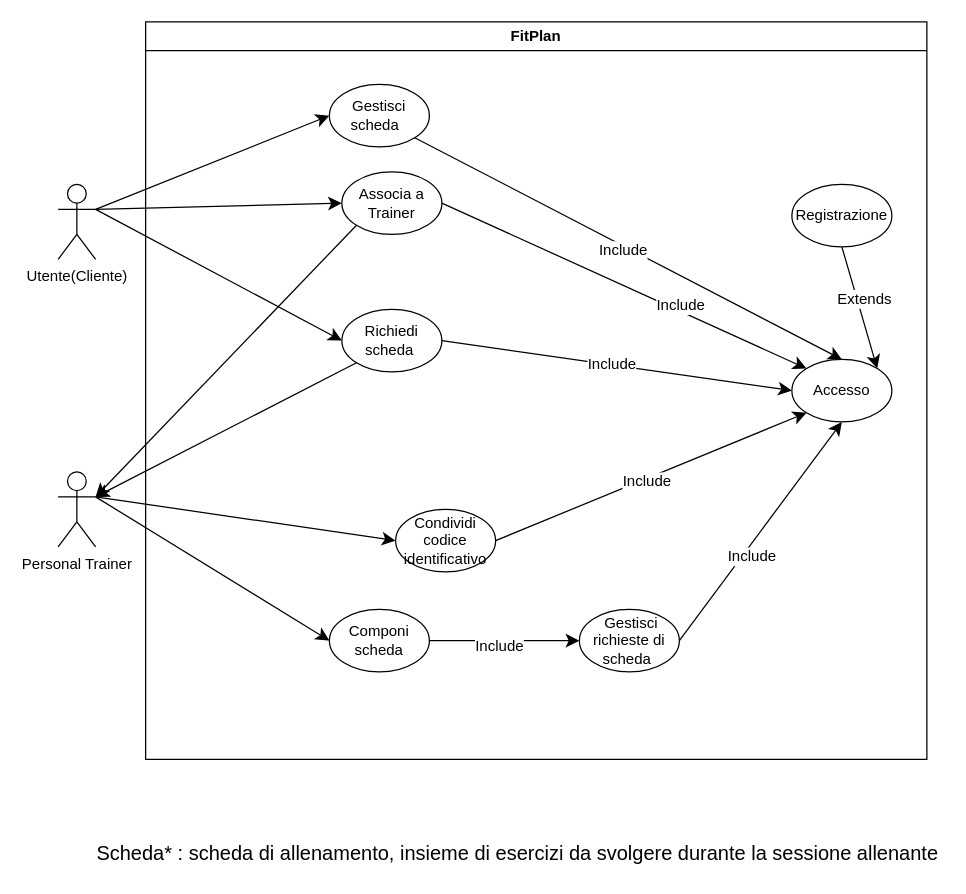
Earlier version of the draw.io diagram UseCaseDiagram/UseCaseDiagram.drawio (FedericoSib/FitPlan). Source tidied: cells renumbered, new cells numbered last; positions are measured from the earlier drawing's top-left corner, leaving out a move shared by most shapes. Both pictures are drawn from the tidied source at 125%, with x=0, y=0 at pixel (58, 21).
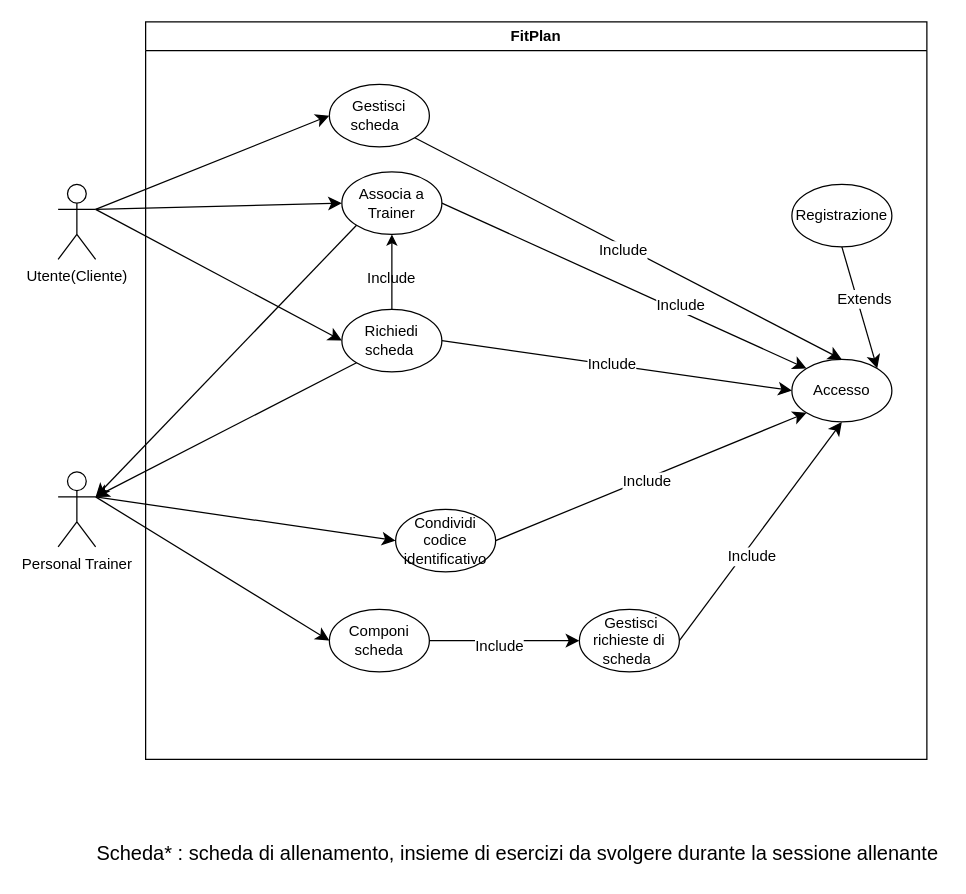
The same diagram, later.

Unchanged cells that the change refers to:
```xml
<mxCell id="2" value="FitPlan" style="swimlane;whiteSpace=wrap;html=1;" parent="1" vertex="1">
  <mxGeometry x="70" width="625" height="590" as="geometry" />
</mxCell>
<mxCell id="6" value="Richiedi scheda&amp;nbsp;" style="ellipse;whiteSpace=wrap;html=1;" parent="2" vertex="1">
  <mxGeometry x="157" y="230" width="80" height="50" as="geometry" />
</mxCell>
<mxCell id="7" value="Associa a Trainer" style="ellipse;whiteSpace=wrap;html=1;" parent="2" vertex="1">
  <mxGeometry x="157" y="120" width="80" height="50" as="geometry" />
</mxCell>
```

Diff of the diagram source:
```diff
@@
+    <mxCell id="35" style="edgeStyle=orthogonalEdgeStyle;rounded=0;jettySize=auto;html=1;entryX=0.5;entryY=1;entryDx=0;entryDy=0;" parent="2" edge="1" source="6" target="7">
+      <mxGeometry relative="1" as="geometry" />
+    </mxCell>
@@
+    <mxCell id="36" value="Include" style="text;html=1;whiteSpace=wrap;strokeColor=none;fillColor=none;align=center;verticalAlign=middle;rounded=0;" parent="2" vertex="1">
+      <mxGeometry x="167" y="190" width="60" height="30" as="geometry" />
+    </mxCell>
```
